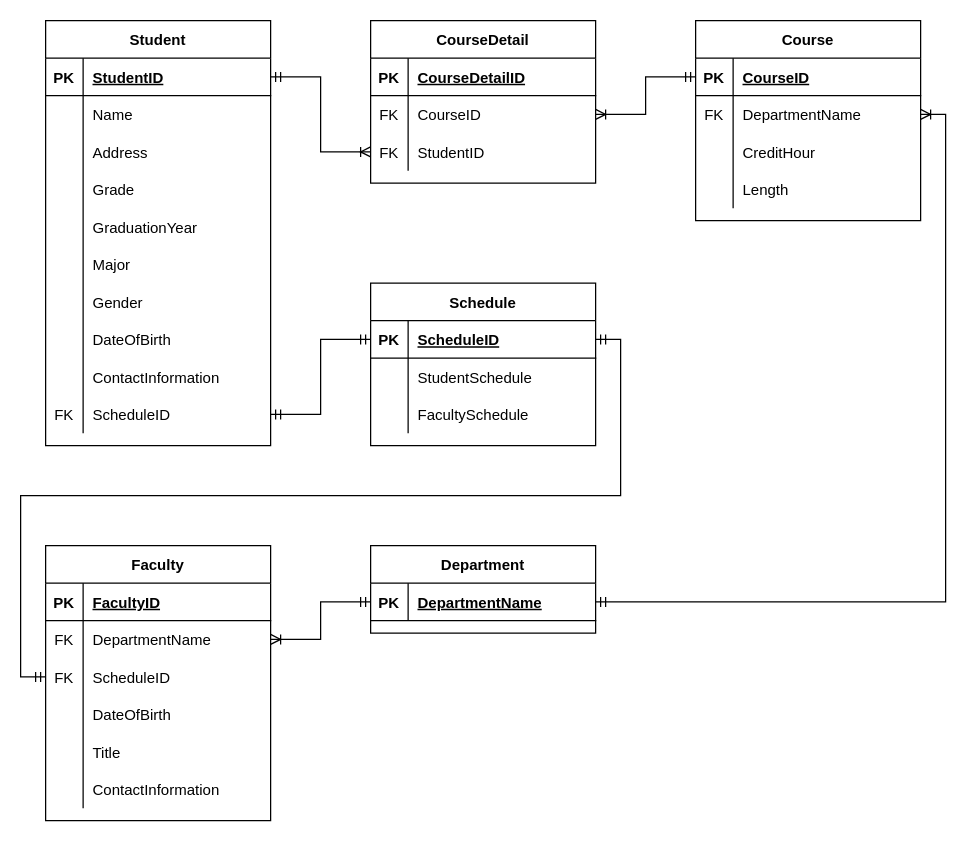
Before: National Education Associates ERD.drawio in JerryJi002/Diagrams, a draw.io diagram. Source tidied: cells renumbered, new cells numbered last; positions are measured from the earlier drawing's top-left corner, leaving out a move shared by most shapes. Both pictures are drawn from the tidied source at 125%, with x=0, y=0 at pixel (20, 20).
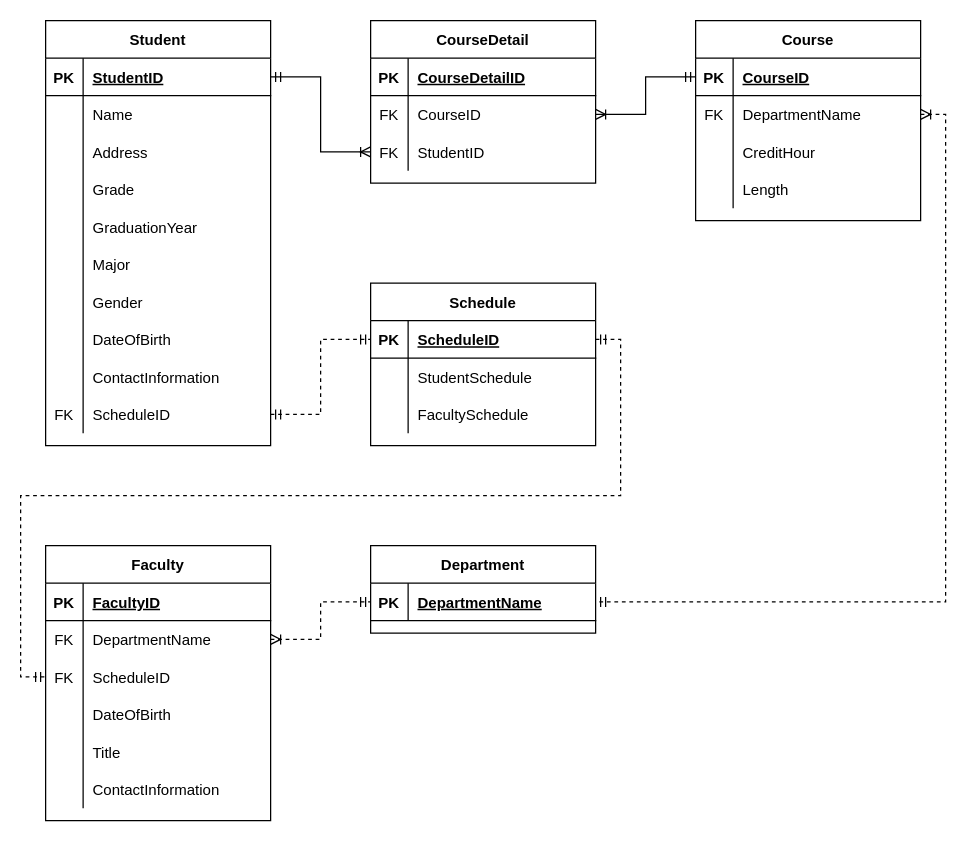
After the change.

The change refers to these unchanged cells:
```xml
<mxCell id="30" style="shape=tableRow;horizontal=0;startSize=0;swimlaneHead=0;swimlaneBody=0;fillColor=none;points=[[0,0.5],[1,0.5]];portConstraint=eastwest;top=0;left=0;right=0;bottom=0;" parent="2" vertex="1">
  <mxGeometry y="300" width="180" height="30" as="geometry" />
</mxCell>
<mxCell id="34" style="shape=tableRow;horizontal=0;startSize=0;swimlaneHead=0;swimlaneBody=0;fillColor=none;points=[[0,0.5],[1,0.5]];portConstraint=eastwest;top=0;left=0;right=0;bottom=1;" parent="33" vertex="1">
  <mxGeometry y="30" width="180" height="30" as="geometry" />
</mxCell>
<mxCell id="47" style="shape=tableRow;horizontal=0;startSize=0;swimlaneHead=0;swimlaneBody=0;fillColor=none;points=[[0,0.5],[1,0.5]];portConstraint=eastwest;top=0;left=0;right=0;bottom=0;" parent="43" vertex="1">
  <mxGeometry y="60" width="180" height="30" as="geometry" />
</mxCell>
<mxCell id="50" style="shape=tableRow;horizontal=0;startSize=0;swimlaneHead=0;swimlaneBody=0;fillColor=none;points=[[0,0.5],[1,0.5]];portConstraint=eastwest;top=0;left=0;right=0;bottom=0;" parent="43" vertex="1">
  <mxGeometry y="90" width="180" height="30" as="geometry" />
</mxCell>
<mxCell id="63" style="shape=tableRow;horizontal=0;startSize=0;swimlaneHead=0;swimlaneBody=0;fillColor=none;points=[[0,0.5],[1,0.5]];portConstraint=eastwest;top=0;left=0;right=0;bottom=1;" parent="62" vertex="1">
  <mxGeometry y="30" width="180" height="30" as="geometry" />
</mxCell>
<mxCell id="70" style="shape=tableRow;horizontal=0;startSize=0;swimlaneHead=0;swimlaneBody=0;fillColor=none;points=[[0,0.5],[1,0.5]];portConstraint=eastwest;top=0;left=0;right=0;bottom=0;" parent="66" vertex="1">
  <mxGeometry y="60" width="180" height="30" as="geometry" />
</mxCell>
```

Change to the diagram source:
```diff
@@
-    <mxCell id="92" style="edgeStyle=orthogonalEdgeStyle;rounded=0;jettySize=auto;html=1;exitX=1;exitY=0.5;exitDx=0;exitDy=0;entryX=0;entryY=0.5;entryDx=0;entryDy=0;startArrow=ERmandOne;startFill=0;endArrow=ERmandOne;endFill=0;" parent="1" edge="1" source="30" target="34">
+    <mxCell id="92" style="edgeStyle=orthogonalEdgeStyle;rounded=0;jettySize=auto;html=1;exitX=1;exitY=0.5;exitDx=0;exitDy=0;entryX=0;entryY=0.5;entryDx=0;entryDy=0;startArrow=ERmandOne;startFill=0;endArrow=ERmandOne;endFill=0;dashed=1;" parent="1" edge="1" source="30" target="34">
       <mxGeometry relative="1" as="geometry" />
     </mxCell>
-    <mxCell id="93" style="edgeStyle=orthogonalEdgeStyle;rounded=0;jettySize=auto;html=1;exitX=1;exitY=0.5;exitDx=0;exitDy=0;entryX=0;entryY=0.5;entryDx=0;entryDy=0;startArrow=ERoneToMany;startFill=0;endArrow=ERmandOne;endFill=0;" parent="1" edge="1" source="47" target="63">
+    <mxCell id="93" style="edgeStyle=orthogonalEdgeStyle;rounded=0;jettySize=auto;html=1;exitX=1;exitY=0.5;exitDx=0;exitDy=0;entryX=0;entryY=0.5;entryDx=0;entryDy=0;startArrow=ERoneToMany;startFill=0;endArrow=ERmandOne;endFill=0;dashed=1;" parent="1" edge="1" source="47" target="63">
       <mxGeometry relative="1" as="geometry" />
     </mxCell>
-    <mxCell id="94" style="edgeStyle=orthogonalEdgeStyle;rounded=0;jettySize=auto;html=1;exitX=1;exitY=0.5;exitDx=0;exitDy=0;entryX=1;entryY=0.5;entryDx=0;entryDy=0;endArrow=ERmandOne;endFill=0;startArrow=ERoneToMany;startFill=0;" parent="1" edge="1" source="70" target="63">
+    <mxCell id="94" style="edgeStyle=orthogonalEdgeStyle;rounded=0;jettySize=auto;html=1;exitX=1;exitY=0.5;exitDx=0;exitDy=0;entryX=1;entryY=0.5;entryDx=0;entryDy=0;endArrow=ERmandOne;endFill=0;startArrow=ERoneToMany;startFill=0;dashed=1;" parent="1" edge="1" source="70" target="63">
       <mxGeometry relative="1" as="geometry" />
     </mxCell>
-    <mxCell id="95" style="edgeStyle=orthogonalEdgeStyle;rounded=0;jettySize=auto;html=1;exitX=1;exitY=0.5;exitDx=0;exitDy=0;entryX=0;entryY=0.5;entryDx=0;entryDy=0;startArrow=ERmandOne;startFill=0;endArrow=ERmandOne;endFill=0;" parent="1" edge="1" source="34" target="50">
+    <mxCell id="95" style="edgeStyle=orthogonalEdgeStyle;rounded=0;jettySize=auto;html=1;exitX=1;exitY=0.5;exitDx=0;exitDy=0;entryX=0;entryY=0.5;entryDx=0;entryDy=0;startArrow=ERmandOne;startFill=0;endArrow=ERmandOne;endFill=0;dashed=1;" parent="1" edge="1" source="34" target="50">
       <mxGeometry relative="1" as="geometry">
         <Array as="points">
           <mxPoint x="480" y="255" />
           <mxPoint x="480" y="380" />
           <mxPoint y="380" />
           <mxPoint y="525" />
         </Array>
       </mxGeometry>
     </mxCell>
```
